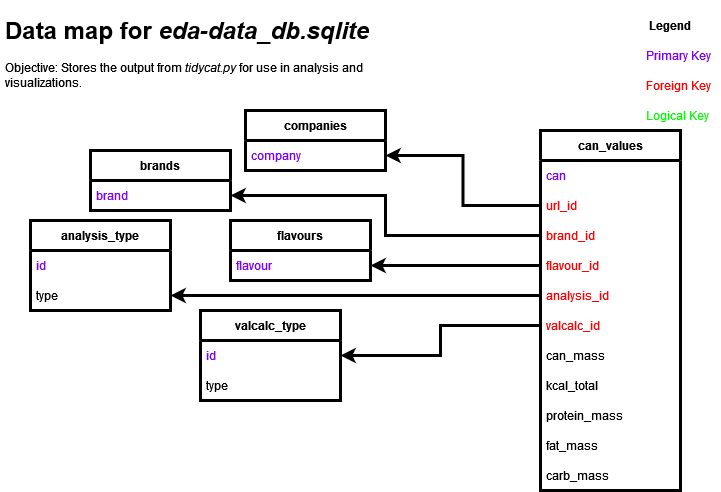
Before: projectartifacts/eda-data_dbmap.drawio.png, a diagram exported from draw.io (travisyardley/ailieful). Source tidied: cells renumbered, new cells last; positions are measured from the earlier drawing's top-left corner, leaving out a move shared by most shapes.
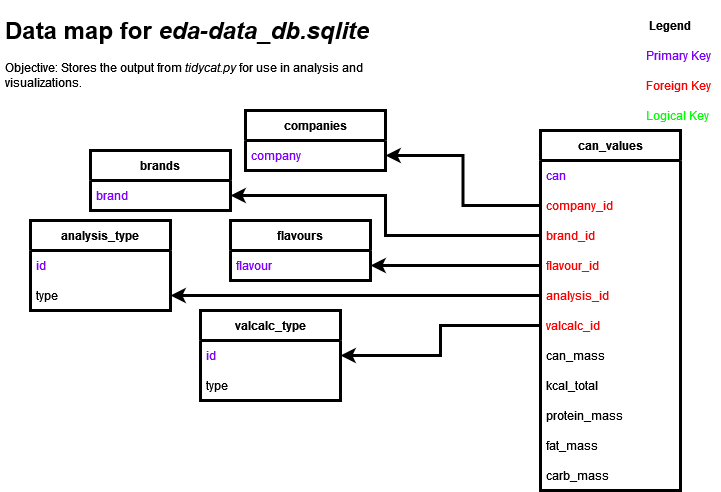
Above is the later version.

The edit, as a diff of the source:
```diff
@@ -14,7 +14,7 @@
     <mxCell id="5" value="can" style="text;strokeColor=none;fillColor=none;align=left;verticalAlign=middle;spacingLeft=4;spacingRight=4;overflow=hidden;fontColor=#7F00FF;" parent="4" vertex="1">
       <mxGeometry y="30" width="140" height="30" as="geometry" />
     </mxCell>
-    <mxCell id="6" value="url_id" style="text;strokeColor=none;fillColor=none;align=left;verticalAlign=middle;spacingLeft=4;spacingRight=4;overflow=hidden;points=[[0,0.5],[1,0.5]];portConstraint=eastwest;fontColor=#FF0000;" parent="4" vertex="1">
+    <mxCell id="6" value="company_id" style="text;strokeColor=none;fillColor=none;align=left;verticalAlign=middle;spacingLeft=4;spacingRight=4;overflow=hidden;points=[[0,0.5],[1,0.5]];portConstraint=eastwest;fontColor=#FF0000;" parent="4" vertex="1">
       <mxGeometry y="60" width="140" height="30" as="geometry" />
     </mxCell>
     <mxCell id="7" value="brand_id" style="text;strokeColor=none;fillColor=none;align=left;verticalAlign=middle;spacingLeft=4;spacingRight=4;overflow=hidden;points=[[0,0.5],[1,0.5]];portConstraint=eastwest;fontColor=#FF0000;" parent="4" vertex="1">
```
